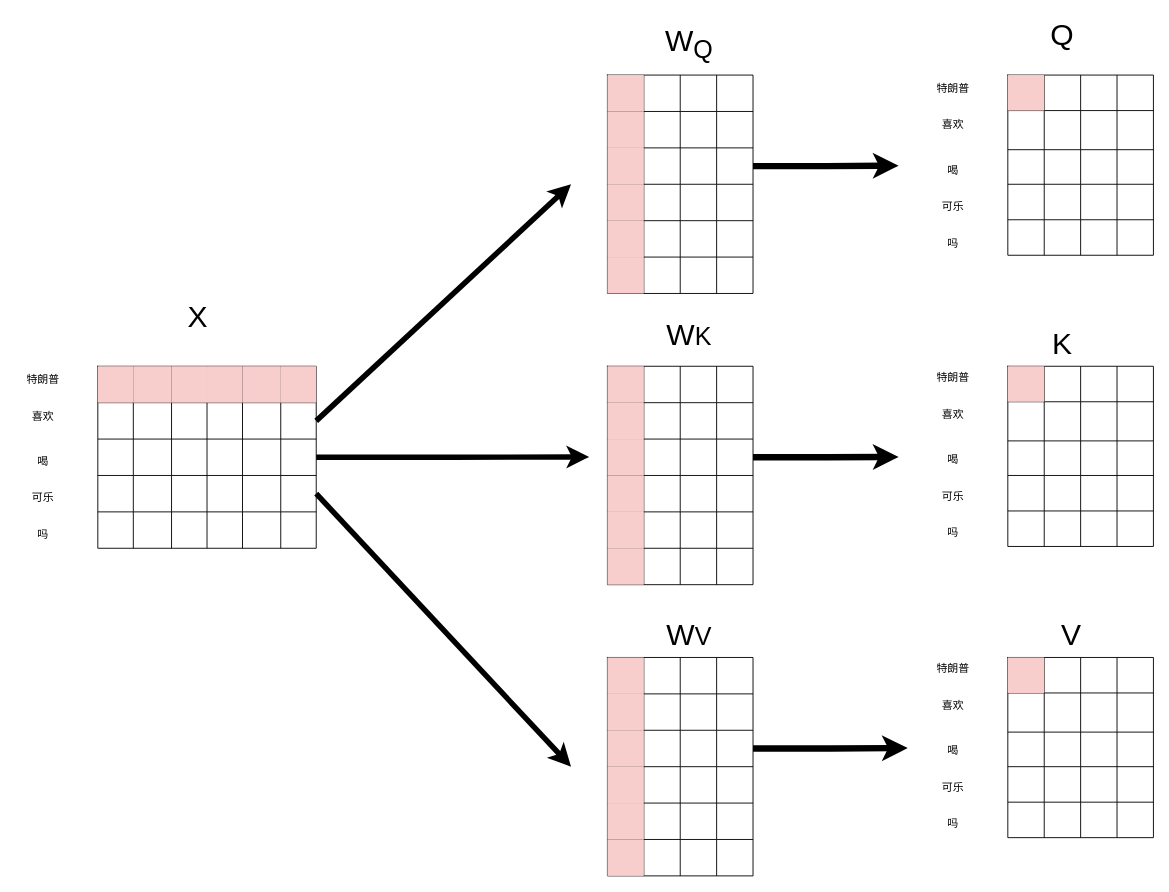
Above: page "Self-Attention" (1 of 7) of transformer.drawio in guxiaoshu/transformer (draw.io), before the change. Source tidied: cells renumbered, new cells numbered last; positions are measured from the earlier drawing's top-left corner, leaving out a move shared by most shapes. Both pictures are drawn from the tidied source at 91%, with x=0, y=0 at pixel (15, 20).
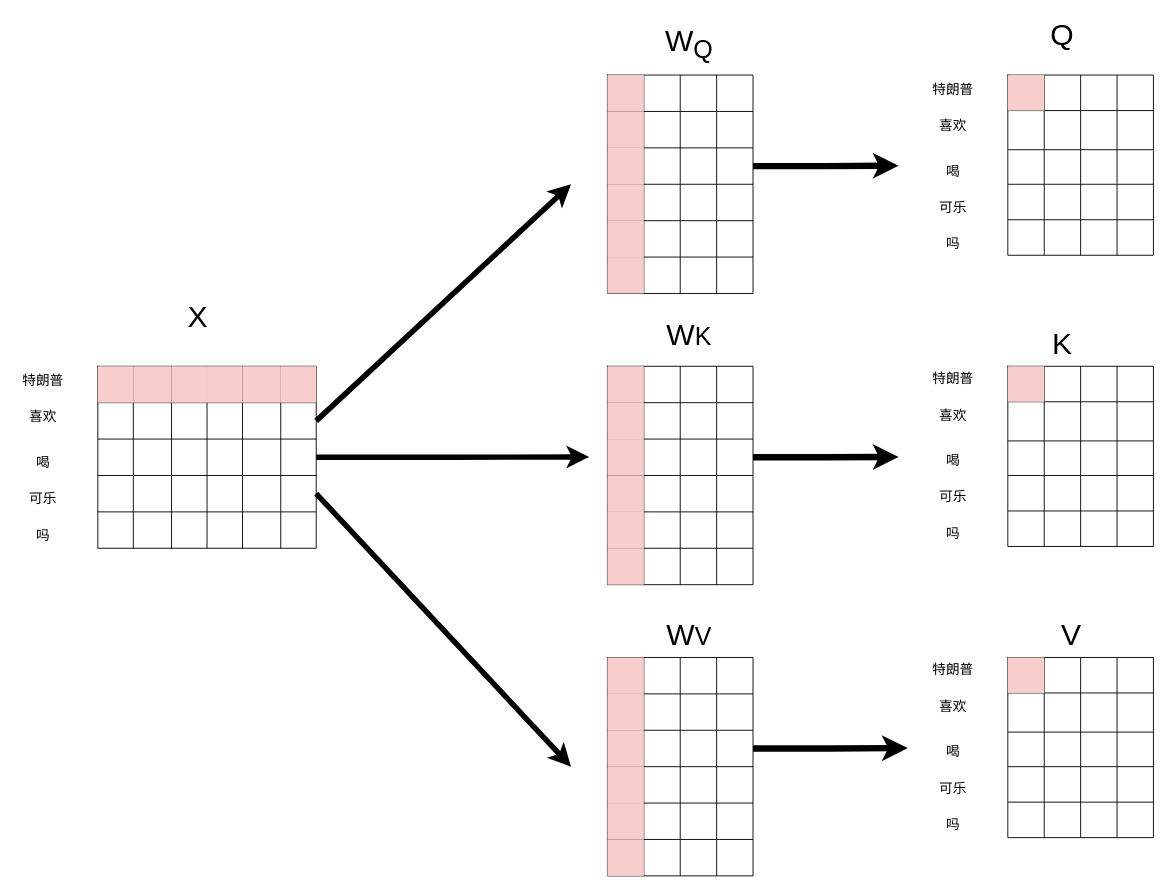
Above is the later version.

What changed in the source:
```diff
@@
-    <mxCell id="38" value="特朗普" style="text;html=1;whiteSpace=wrap;strokeColor=none;fillColor=none;align=center;verticalAlign=middle;rounded=0;" parent="1" vertex="1">
+    <mxCell id="38" value="特朗普" style="text;html=1;whiteSpace=wrap;strokeColor=none;fillColor=none;align=center;verticalAlign=middle;rounded=0;fontSize=15;" parent="1" vertex="1">
       <mxGeometry y="380" width="60" height="30" as="geometry" />
     </mxCell>
-    <mxCell id="39" value="可乐" style="text;html=1;whiteSpace=wrap;strokeColor=none;fillColor=none;align=center;verticalAlign=middle;rounded=0;" parent="1" vertex="1">
+    <mxCell id="39" value="可乐" style="text;html=1;whiteSpace=wrap;strokeColor=none;fillColor=none;align=center;verticalAlign=middle;rounded=0;fontSize=15;" parent="1" vertex="1">
       <mxGeometry y="510" width="60" height="30" as="geometry" />
     </mxCell>
-    <mxCell id="40" value="喝" style="text;html=1;whiteSpace=wrap;strokeColor=none;fillColor=none;align=center;verticalAlign=middle;rounded=0;" parent="1" vertex="1">
+    <mxCell id="40" value="喝" style="text;html=1;whiteSpace=wrap;strokeColor=none;fillColor=none;align=center;verticalAlign=middle;rounded=0;fontSize=15;" parent="1" vertex="1">
       <mxGeometry y="470" width="60" height="30" as="geometry" />
     </mxCell>
-    <mxCell id="41" value="吗" style="text;html=1;whiteSpace=wrap;strokeColor=none;fillColor=none;align=center;verticalAlign=middle;rounded=0;" parent="1" vertex="1">
+    <mxCell id="41" value="吗" style="text;html=1;whiteSpace=wrap;strokeColor=none;fillColor=none;align=center;verticalAlign=middle;rounded=0;fontSize=15;" parent="1" vertex="1">
       <mxGeometry y="550" width="60" height="30" as="geometry" />
     </mxCell>
-    <mxCell id="42" value="喜欢" style="text;html=1;whiteSpace=wrap;strokeColor=none;fillColor=none;align=center;verticalAlign=middle;rounded=0;" parent="1" vertex="1">
+    <mxCell id="42" value="喜欢" style="text;html=1;whiteSpace=wrap;strokeColor=none;fillColor=none;align=center;verticalAlign=middle;rounded=0;fontSize=15;" parent="1" vertex="1">
       <mxGeometry y="420" width="60" height="30" as="geometry" />
     </mxCell>
@@
-    <mxCell id="214" value="特朗普" style="text;html=1;whiteSpace=wrap;strokeColor=none;fillColor=none;align=center;verticalAlign=middle;rounded=0;" parent="1" vertex="1">
+    <mxCell id="214" value="特朗普" style="text;html=1;whiteSpace=wrap;strokeColor=none;fillColor=none;align=center;verticalAlign=middle;rounded=0;fontSize=15;" parent="1" vertex="1">
       <mxGeometry x="1000" y="60" width="60" height="30" as="geometry" />
     </mxCell>
-    <mxCell id="215" value="可乐" style="text;html=1;whiteSpace=wrap;strokeColor=none;fillColor=none;align=center;verticalAlign=middle;rounded=0;" parent="1" vertex="1">
+    <mxCell id="215" value="可乐" style="text;html=1;whiteSpace=wrap;strokeColor=none;fillColor=none;align=center;verticalAlign=middle;rounded=0;fontSize=15;" parent="1" vertex="1">
       <mxGeometry x="1000" y="190" width="60" height="30" as="geometry" />
     </mxCell>
-    <mxCell id="216" value="喝" style="text;html=1;whiteSpace=wrap;strokeColor=none;fillColor=none;align=center;verticalAlign=middle;rounded=0;" parent="1" vertex="1">
+    <mxCell id="216" value="喝" style="text;html=1;whiteSpace=wrap;strokeColor=none;fillColor=none;align=center;verticalAlign=middle;rounded=0;fontSize=15;" parent="1" vertex="1">
       <mxGeometry x="1000" y="150" width="60" height="30" as="geometry" />
     </mxCell>
-    <mxCell id="217" value="吗" style="text;html=1;whiteSpace=wrap;strokeColor=none;fillColor=none;align=center;verticalAlign=middle;rounded=0;" parent="1" vertex="1">
+    <mxCell id="217" value="吗" style="text;html=1;whiteSpace=wrap;strokeColor=none;fillColor=none;align=center;verticalAlign=middle;rounded=0;fontSize=15;" parent="1" vertex="1">
       <mxGeometry x="1000" y="230" width="60" height="30" as="geometry" />
     </mxCell>
-    <mxCell id="218" value="喜欢" style="text;html=1;whiteSpace=wrap;strokeColor=none;fillColor=none;align=center;verticalAlign=middle;rounded=0;" parent="1" vertex="1">
+    <mxCell id="218" value="喜欢" style="text;html=1;whiteSpace=wrap;strokeColor=none;fillColor=none;align=center;verticalAlign=middle;rounded=0;fontSize=15;" parent="1" vertex="1">
       <mxGeometry x="1000" y="100" width="60" height="30" as="geometry" />
     </mxCell>
-    <mxCell id="219" value="特朗普" style="text;html=1;whiteSpace=wrap;strokeColor=none;fillColor=none;align=center;verticalAlign=middle;rounded=0;" parent="1" vertex="1">
+    <mxCell id="219" value="特朗普" style="text;html=1;whiteSpace=wrap;strokeColor=none;fillColor=none;align=center;verticalAlign=middle;rounded=0;fontSize=15;" parent="1" vertex="1">
       <mxGeometry x="1000" y="378" width="60" height="30" as="geometry" />
     </mxCell>
-    <mxCell id="220" value="可乐" style="text;html=1;whiteSpace=wrap;strokeColor=none;fillColor=none;align=center;verticalAlign=middle;rounded=0;" parent="1" vertex="1">
+    <mxCell id="220" value="可乐" style="text;html=1;whiteSpace=wrap;strokeColor=none;fillColor=none;align=center;verticalAlign=middle;rounded=0;fontSize=15;" parent="1" vertex="1">
       <mxGeometry x="1000" y="508" width="60" height="30" as="geometry" />
     </mxCell>
-    <mxCell id="221" value="喝" style="text;html=1;whiteSpace=wrap;strokeColor=none;fillColor=none;align=center;verticalAlign=middle;rounded=0;" parent="1" vertex="1">
+    <mxCell id="221" value="喝" style="text;html=1;whiteSpace=wrap;strokeColor=none;fillColor=none;align=center;verticalAlign=middle;rounded=0;fontSize=15;" parent="1" vertex="1">
       <mxGeometry x="1000" y="468" width="60" height="30" as="geometry" />
     </mxCell>
-    <mxCell id="222" value="吗" style="text;html=1;whiteSpace=wrap;strokeColor=none;fillColor=none;align=center;verticalAlign=middle;rounded=0;" parent="1" vertex="1">
+    <mxCell id="222" value="吗" style="text;html=1;whiteSpace=wrap;strokeColor=none;fillColor=none;align=center;verticalAlign=middle;rounded=0;fontSize=15;" parent="1" vertex="1">
       <mxGeometry x="1000" y="548" width="60" height="30" as="geometry" />
     </mxCell>
-    <mxCell id="223" value="喜欢" style="text;html=1;whiteSpace=wrap;strokeColor=none;fillColor=none;align=center;verticalAlign=middle;rounded=0;" parent="1" vertex="1">
+    <mxCell id="223" value="喜欢" style="text;html=1;whiteSpace=wrap;strokeColor=none;fillColor=none;align=center;verticalAlign=middle;rounded=0;fontSize=15;" parent="1" vertex="1">
       <mxGeometry x="1000" y="418" width="60" height="30" as="geometry" />
     </mxCell>
-    <mxCell id="224" value="特朗普" style="text;html=1;whiteSpace=wrap;strokeColor=none;fillColor=none;align=center;verticalAlign=middle;rounded=0;" parent="1" vertex="1">
+    <mxCell id="224" value="特朗普" style="text;html=1;whiteSpace=wrap;strokeColor=none;fillColor=none;align=center;verticalAlign=middle;rounded=0;fontSize=15;" parent="1" vertex="1">
       <mxGeometry x="1000" y="698" width="60" height="30" as="geometry" />
     </mxCell>
-    <mxCell id="225" value="可乐" style="text;html=1;whiteSpace=wrap;strokeColor=none;fillColor=none;align=center;verticalAlign=middle;rounded=0;" parent="1" vertex="1">
+    <mxCell id="225" value="可乐" style="text;html=1;whiteSpace=wrap;strokeColor=none;fillColor=none;align=center;verticalAlign=middle;rounded=0;fontSize=15;" parent="1" vertex="1">
       <mxGeometry x="1000" y="828" width="60" height="30" as="geometry" />
     </mxCell>
-    <mxCell id="226" value="喝" style="text;html=1;whiteSpace=wrap;strokeColor=none;fillColor=none;align=center;verticalAlign=middle;rounded=0;" parent="1" vertex="1">
+    <mxCell id="226" value="喝" style="text;html=1;whiteSpace=wrap;strokeColor=none;fillColor=none;align=center;verticalAlign=middle;rounded=0;fontSize=15;" parent="1" vertex="1">
       <mxGeometry x="1000" y="788" width="60" height="30" as="geometry" />
     </mxCell>
-    <mxCell id="227" value="吗" style="text;html=1;whiteSpace=wrap;strokeColor=none;fillColor=none;align=center;verticalAlign=middle;rounded=0;" parent="1" vertex="1">
+    <mxCell id="227" value="吗" style="text;html=1;whiteSpace=wrap;strokeColor=none;fillColor=none;align=center;verticalAlign=middle;rounded=0;fontSize=15;" parent="1" vertex="1">
       <mxGeometry x="1000" y="868" width="60" height="30" as="geometry" />
     </mxCell>
-    <mxCell id="228" value="喜欢" style="text;html=1;whiteSpace=wrap;strokeColor=none;fillColor=none;align=center;verticalAlign=middle;rounded=0;" parent="1" vertex="1">
+    <mxCell id="228" value="喜欢" style="text;html=1;whiteSpace=wrap;strokeColor=none;fillColor=none;align=center;verticalAlign=middle;rounded=0;fontSize=15;" parent="1" vertex="1">
       <mxGeometry x="1000" y="738" width="60" height="30" as="geometry" />
     </mxCell>
```
